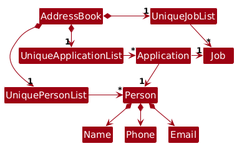
This is docs/images/BetterModelClassDiagram.png from AY2627S1-CS2103T-T14-3/tp, a PlantUML export, as it was before one commit. Its source is kept beside it as docs/diagrams/BetterModelClassDiagram.puml.
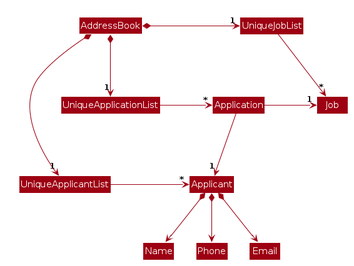
Later version of the same file.

Change to the diagram source:
```diff
@@ -18,5 +18,5 @@
 Applicant *--> Email
 
 Application -right-> "1" Job
-Application --> "1" Person
+Application --> "1" Applicant
 @enduml
```
